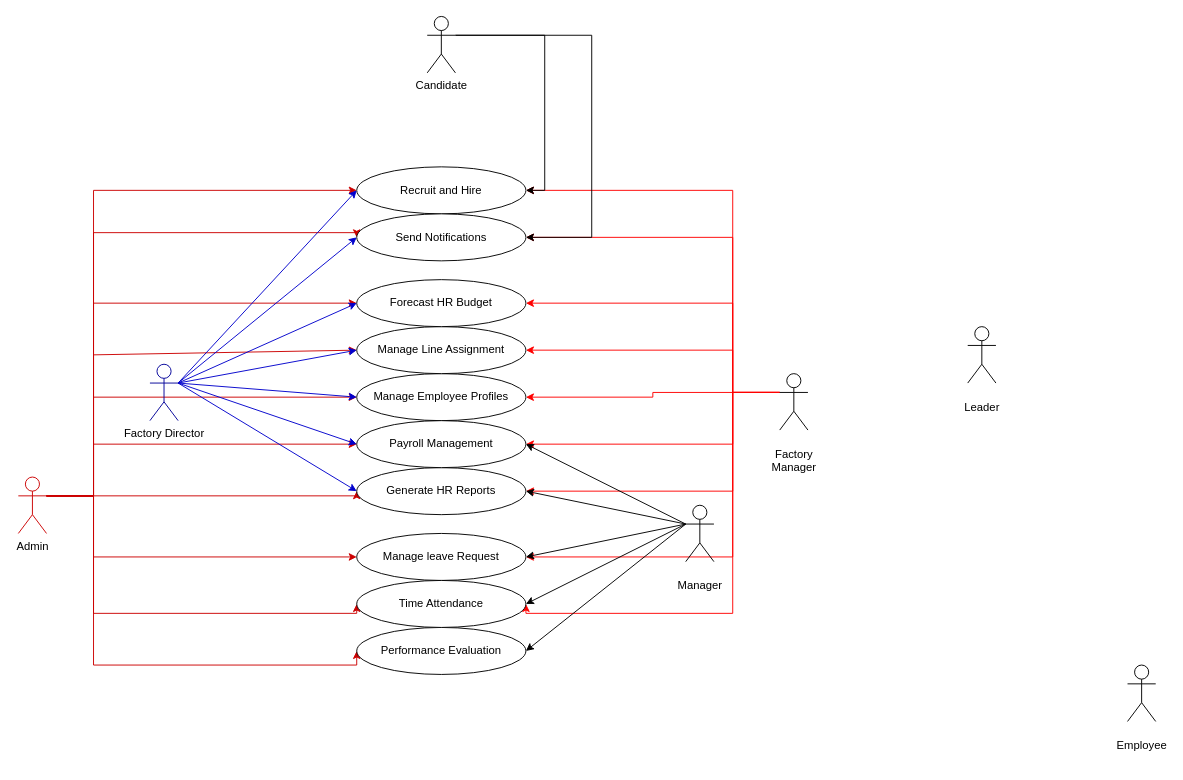
This is page "UC2" (2 of 2) of MayProHR.drawio from BuiCongTu/MayProHR, a draw.io file, before an edit. Source tidied: cells renumbered, new cells numbered last; positions are measured from the earlier drawing's top-left corner, leaving out a move shared by most shapes. Both pictures are drawn from the tidied source at 94%, with x=0, y=0 at pixel (18, 16).
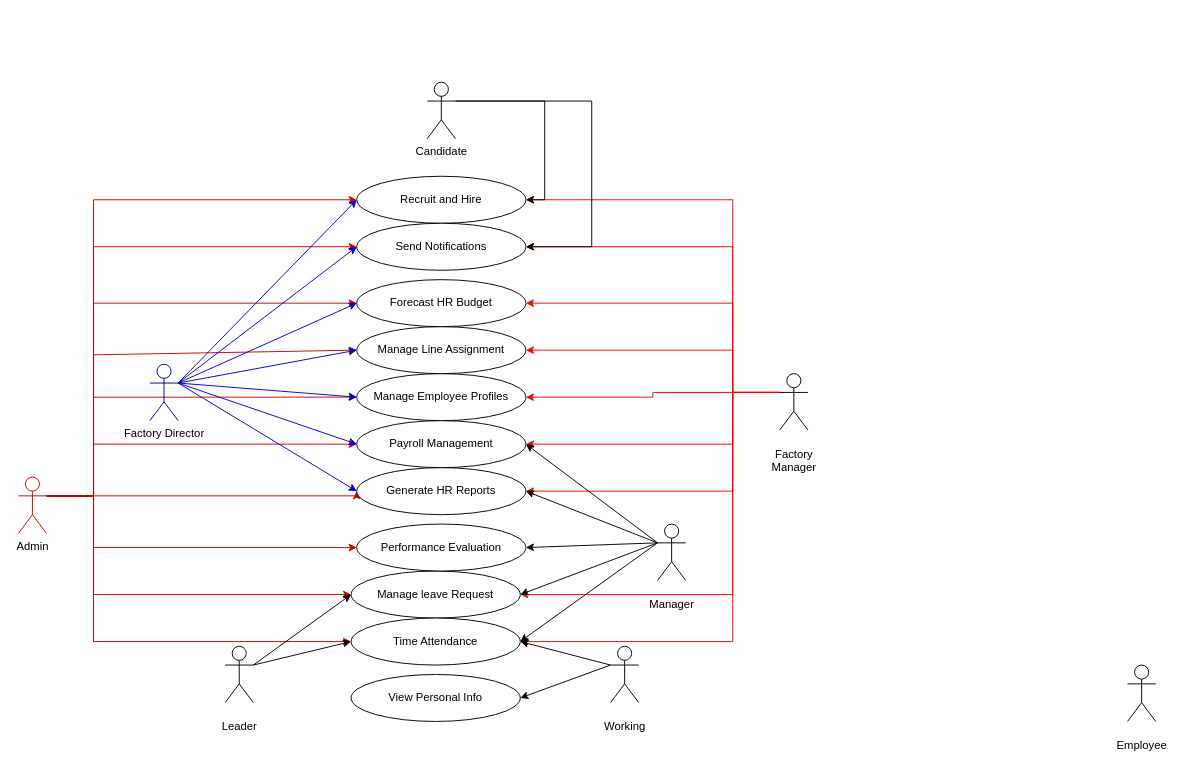
The same diagram, later.

Unchanged cells that the change refers to:
```xml
<mxCell id="11" value="Admin" style="shape=umlActor;verticalLabelPosition=bottom;verticalAlign=top;html=1;outlineConnect=0;strokeColor=#CC0000;" parent="1" vertex="1">
  <mxGeometry y="490" width="30" height="60" as="geometry" />
</mxCell>
<mxCell id="27" value="&lt;p style=&quot;white-space: pre-wrap;&quot; dir=&quot;auto&quot;&gt;Factory Manager&lt;/p&gt;" style="shape=umlActor;verticalLabelPosition=bottom;verticalAlign=top;html=1;outlineConnect=0;" parent="1" vertex="1">
  <mxGeometry x="810" y="380" width="30" height="60" as="geometry" />
</mxCell>
```

Change to the diagram source:
```diff
@@
     <mxCell id="2" style="edgeStyle=orthogonalEdgeStyle;rounded=0;jettySize=auto;html=1;exitX=1;exitY=0.3333333333333333;exitDx=0;exitDy=0;exitPerimeter=0;entryX=0;entryY=0.5;entryDx=0;entryDy=0;strokeColor=#CC0000;" parent="1" edge="1" source="11" target="32">
       <mxGeometry relative="1" as="geometry">
         <Array as="points">
           <mxPoint x="80" y="510" />
-          <mxPoint x="80" y="230" />
-          <mxPoint x="360" y="230" />
+          <mxPoint x="80" y="245" />
         </Array>
       </mxGeometry>
     </mxCell>
     <mxCell id="3" style="edgeStyle=orthogonalEdgeStyle;rounded=0;jettySize=auto;html=1;exitX=1;exitY=0.3333333333333333;exitDx=0;exitDy=0;exitPerimeter=0;entryX=0;entryY=0.5;entryDx=0;entryDy=0;strokeColor=#CC0000;" parent="1" edge="1" source="11" target="12">
       <mxGeometry relative="1" as="geometry">
         <Array as="points">
           <mxPoint x="80" y="510" />
-          <mxPoint x="80" y="185" />
+          <mxPoint x="80" y="195" />
         </Array>
       </mxGeometry>
     </mxCell>
     <mxCell id="4" style="edgeStyle=orthogonalEdgeStyle;rounded=0;jettySize=auto;html=1;exitX=1;exitY=0.3333333333333333;exitDx=0;exitDy=0;exitPerimeter=0;entryX=0;entryY=0.5;entryDx=0;entryDy=0;strokeColor=#CC0000;" parent="1" edge="1" source="11" target="38">
       <mxGeometry relative="1" as="geometry">
         <Array as="points">
           <mxPoint x="80" y="510" />
-          <mxPoint x="80" y="635" />
+          <mxPoint x="80" y="665" />
         </Array>
       </mxGeometry>
     </mxCell>
     <mxCell id="5" style="edgeStyle=orthogonalEdgeStyle;rounded=0;jettySize=auto;html=1;exitX=1;exitY=0.3333333333333333;exitDx=0;exitDy=0;exitPerimeter=0;entryX=0;entryY=0.5;entryDx=0;entryDy=0;strokeColor=#CC0000;" parent="1" edge="1" source="11" target="17">
       <mxGeometry relative="1" as="geometry">
         <Array as="points">
           <mxPoint x="80" y="510" />
-          <mxPoint x="80" y="575" />
+          <mxPoint x="80" y="615" />
         </Array>
       </mxGeometry>
     </mxCell>
@@
     <mxCell id="9" style="edgeStyle=orthogonalEdgeStyle;rounded=0;jettySize=auto;html=1;exitX=1;exitY=0.3333333333333333;exitDx=0;exitDy=0;exitPerimeter=0;entryX=0;entryY=0.5;entryDx=0;entryDy=0;strokeColor=#CC0000;" parent="1" edge="1" source="11" target="28">
       <mxGeometry relative="1" as="geometry">
         <Array as="points">
           <mxPoint x="80" y="510" />
-          <mxPoint x="80" y="690" />
-          <mxPoint x="360" y="690" />
+          <mxPoint x="80" y="565" />
         </Array>
       </mxGeometry>
     </mxCell>
@@
     <mxCell id="12" value="&lt;p style=&quot;white-space-collapse: preserve;&quot; dir=&quot;auto&quot;&gt;Recruit and Hire&lt;/p&gt;" style="ellipse;whiteSpace=wrap;html=1;" parent="1" vertex="1">
-      <mxGeometry x="360" y="160" width="180" height="50" as="geometry" />
+      <mxGeometry x="360" y="170" width="180" height="50" as="geometry" />
     </mxCell>
@@
     <mxCell id="17" value="&lt;p style=&quot;white-space-collapse: preserve;&quot; dir=&quot;auto&quot;&gt;Manage leave Request&lt;/p&gt;" style="ellipse;whiteSpace=wrap;html=1;" parent="1" vertex="1">
-      <mxGeometry x="360" y="550" width="180" height="50" as="geometry" />
+      <mxGeometry x="354" y="590" width="180" height="50" as="geometry" />
     </mxCell>
     <mxCell id="18" style="edgeStyle=orthogonalEdgeStyle;rounded=0;jettySize=auto;html=1;exitX=0;exitY=0.3333333333333333;exitDx=0;exitDy=0;exitPerimeter=0;entryX=1;entryY=0.5;entryDx=0;entryDy=0;strokeColor=#FF0000;" parent="1" edge="1" source="27" target="32">
       <mxGeometry relative="1" as="geometry">
         <Array as="points">
           <mxPoint x="760" y="400" />
-          <mxPoint x="760" y="235" />
+          <mxPoint x="760" y="245" />
         </Array>
       </mxGeometry>
     </mxCell>
     <mxCell id="19" style="edgeStyle=orthogonalEdgeStyle;rounded=0;jettySize=auto;html=1;exitX=0;exitY=0.3333333333333333;exitDx=0;exitDy=0;exitPerimeter=0;entryX=1;entryY=0.5;entryDx=0;entryDy=0;strokeColor=#FF0000;" parent="1" edge="1" source="27" target="12">
       <mxGeometry relative="1" as="geometry">
         <Array as="points">
           <mxPoint x="760" y="400" />
-          <mxPoint x="760" y="185" />
+          <mxPoint x="760" y="195" />
         </Array>
       </mxGeometry>
     </mxCell>
@@
     <mxCell id="25" style="edgeStyle=orthogonalEdgeStyle;rounded=0;jettySize=auto;html=1;exitX=0;exitY=0.3333333333333333;exitDx=0;exitDy=0;exitPerimeter=0;entryX=1;entryY=0.5;entryDx=0;entryDy=0;strokeColor=#FF0000;" parent="1" edge="1" source="27" target="17">
       <mxGeometry relative="1" as="geometry">
         <Array as="points">
           <mxPoint x="760" y="400" />
-          <mxPoint x="760" y="575" />
+          <mxPoint x="760" y="615" />
         </Array>
       </mxGeometry>
     </mxCell>
     <mxCell id="26" style="edgeStyle=orthogonalEdgeStyle;rounded=0;jettySize=auto;html=1;exitX=0;exitY=0.3333333333333333;exitDx=0;exitDy=0;exitPerimeter=0;entryX=1;entryY=0.5;entryDx=0;entryDy=0;strokeColor=#FF0000;" parent="1" edge="1" source="27" target="38">
       <mxGeometry relative="1" as="geometry">
         <Array as="points">
           <mxPoint x="760" y="400" />
-          <mxPoint x="760" y="635" />
+          <mxPoint x="760" y="665" />
         </Array>
       </mxGeometry>
     </mxCell>
@@
     <mxCell id="28" value="&lt;p style=&quot;white-space-collapse: preserve;&quot; dir=&quot;auto&quot;&gt;Performance Evaluation&lt;/p&gt;" style="ellipse;whiteSpace=wrap;html=1;" parent="1" vertex="1">
-      <mxGeometry x="360" y="650" width="180" height="50" as="geometry" />
+      <mxGeometry x="360" y="540" width="180" height="50" as="geometry" />
     </mxCell>
     <mxCell id="29" style="edgeStyle=orthogonalEdgeStyle;rounded=0;jettySize=auto;html=1;exitX=1;exitY=0.3333333333333333;exitDx=0;exitDy=0;exitPerimeter=0;entryX=1;entryY=0.5;entryDx=0;entryDy=0;" parent="1" edge="1" source="31" target="32">
       <mxGeometry relative="1" as="geometry">
         <Array as="points">
-          <mxPoint x="610" y="20" />
-          <mxPoint x="610" y="235" />
+          <mxPoint x="610" y="90" />
+          <mxPoint x="610" y="245" />
         </Array>
       </mxGeometry>
     </mxCell>
@@
     <mxCell id="31" value="Candidate" style="shape=umlActor;verticalLabelPosition=bottom;verticalAlign=top;html=1;outlineConnect=0;" parent="1" vertex="1">
-      <mxGeometry x="435" width="30" height="60" as="geometry" />
+      <mxGeometry x="435" y="70" width="30" height="60" as="geometry" />
     </mxCell>
     <mxCell id="32" value="&lt;p style=&quot;white-space-collapse: preserve;&quot; dir=&quot;auto&quot;&gt;Send Notifications&lt;/p&gt;" style="ellipse;whiteSpace=wrap;html=1;" parent="1" vertex="1">
-      <mxGeometry x="360" y="210" width="180" height="50" as="geometry" />
+      <mxGeometry x="360" y="220" width="180" height="50" as="geometry" />
     </mxCell>
@@
     <mxCell id="35" value="&lt;p style=&quot;white-space: pre-wrap;&quot; dir=&quot;auto&quot;&gt;Manager&lt;/p&gt;" style="shape=umlActor;verticalLabelPosition=bottom;verticalAlign=top;html=1;outlineConnect=0;" parent="1" vertex="1">
-      <mxGeometry x="710" y="520" width="30" height="60" as="geometry" />
+      <mxGeometry x="680" y="540" width="30" height="60" as="geometry" />
     </mxCell>
@@
     <mxCell id="38" value="&lt;p style=&quot;white-space-collapse: preserve;&quot; dir=&quot;auto&quot;&gt;Time Attendance&lt;/p&gt;" style="ellipse;whiteSpace=wrap;html=1;" parent="1" vertex="1">
-      <mxGeometry x="360" y="600" width="180" height="50" as="geometry" />
+      <mxGeometry x="354" y="640" width="180" height="50" as="geometry" />
     </mxCell>
     <mxCell id="39" value="&lt;p style=&quot;white-space: pre-wrap;&quot; dir=&quot;auto&quot;&gt;Leader&lt;/p&gt;" style="shape=umlActor;verticalLabelPosition=bottom;verticalAlign=top;html=1;outlineConnect=0;" parent="1" vertex="1">
-      <mxGeometry x="1010" y="330" width="30" height="60" as="geometry" />
+      <mxGeometry x="220" y="670" width="30" height="60" as="geometry" />
     </mxCell>
@@
+    <mxCell id="52" style="endArrow=classic;html=1;rounded=0;exitX=1;exitY=0.3333333333333333;exitDx=0;exitDy=0;exitPerimeter=0;entryX=0;entryY=0.5;entryDx=0;entryDy=0;" parent="1" edge="1" source="39" target="17">
+      <mxGeometry relative="1" as="geometry" />
+    </mxCell>
+    <mxCell id="53" style="endArrow=classic;html=1;rounded=0;exitX=1;exitY=0.3333333333333333;exitDx=0;exitDy=0;exitPerimeter=0;entryX=0;entryY=0.5;entryDx=0;entryDy=0;" parent="1" edge="1" source="39" target="38">
+      <mxGeometry relative="1" as="geometry" />
+    </mxCell>
+    <mxCell id="54" value="&lt;p style=&quot;white-space-collapse: preserve;&quot; dir=&quot;auto&quot;&gt;View Personal Info&lt;/p&gt;" style="ellipse;whiteSpace=wrap;html=1;" parent="1" vertex="1">
+      <mxGeometry x="354" y="700" width="180" height="50" as="geometry" />
+    </mxCell>
+    <mxCell id="55" value="&lt;p style=&quot;white-space: pre-wrap;&quot; dir=&quot;auto&quot;&gt;Working&lt;/p&gt;" style="shape=umlActor;verticalLabelPosition=bottom;verticalAlign=top;html=1;outlineConnect=0;" parent="1" vertex="1">
+      <mxGeometry x="630" y="670" width="30" height="60" as="geometry" />
+    </mxCell>
+    <mxCell id="56" style="endArrow=classic;html=1;rounded=0;exitX=0;exitY=0.3333333333333333;exitDx=0;exitDy=0;exitPerimeter=0;entryX=1;entryY=0.5;entryDx=0;entryDy=0;" parent="1" edge="1" source="55" target="38">
+      <mxGeometry relative="1" as="geometry" />
+    </mxCell>
+    <mxCell id="57" style="endArrow=classic;html=1;rounded=0;exitX=0;exitY=0.3333333333333333;exitDx=0;exitDy=0;exitPerimeter=0;entryX=1;entryY=0.5;entryDx=0;entryDy=0;" parent="1" edge="1" source="55" target="54">
+      <mxGeometry relative="1" as="geometry" />
+    </mxCell>
```
